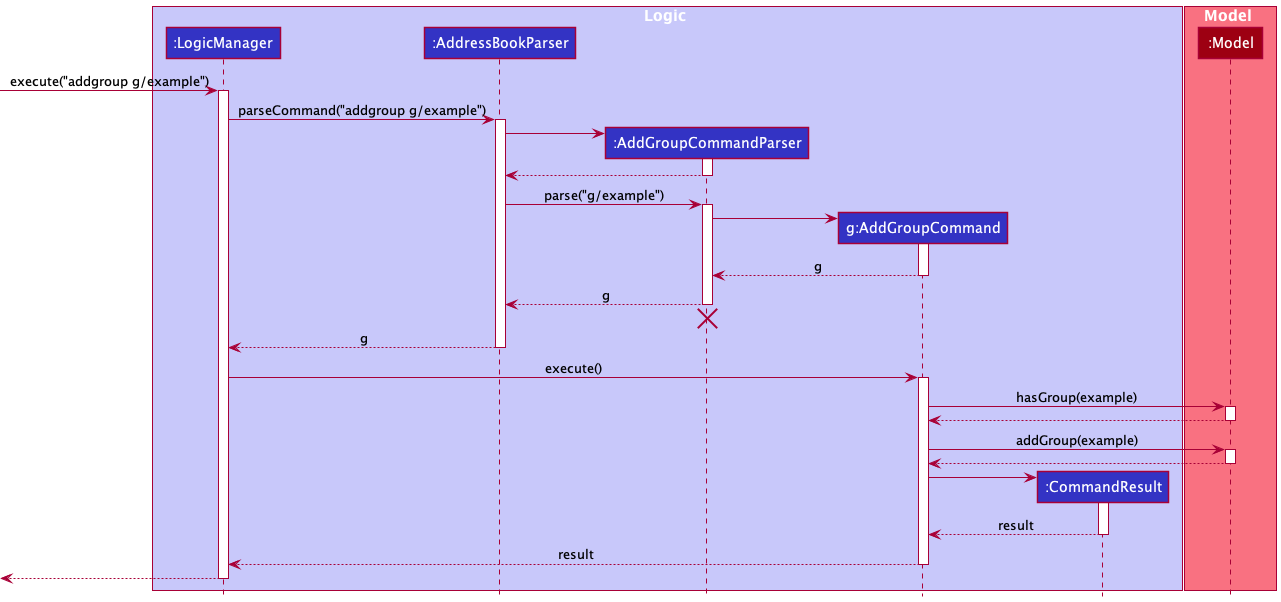
Before: docs/images/AddGroupSequenceDiagram.png, a diagram exported from PlantUML (nus-cs2103-AY2122S2/tp).
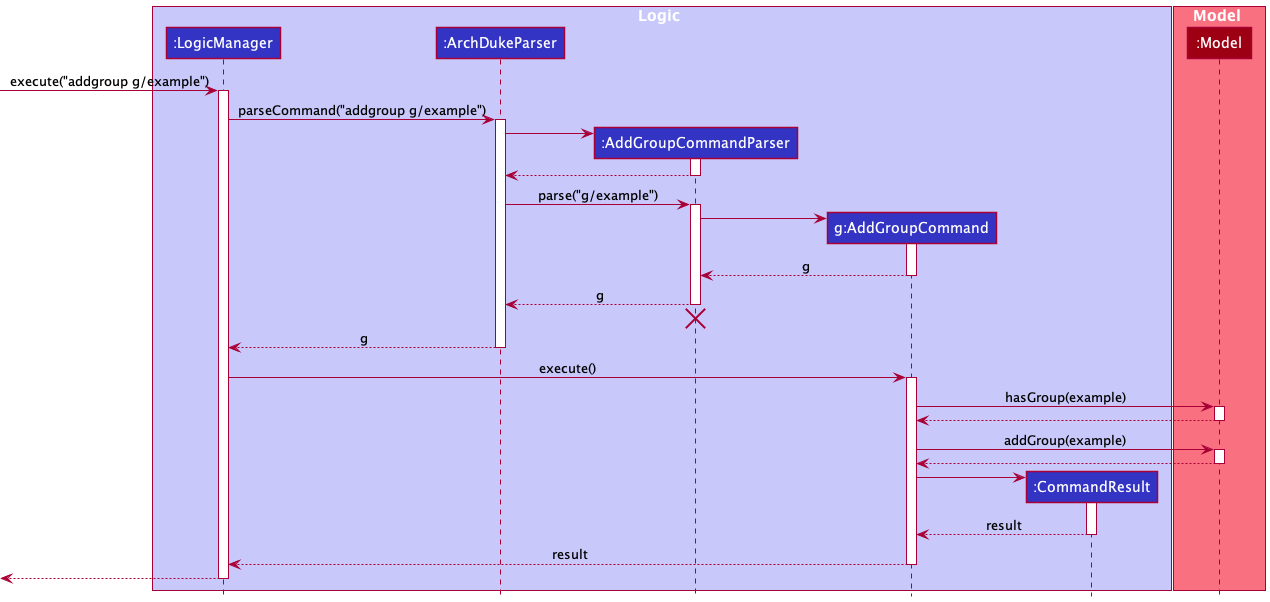
The same diagram one commit later.

Diff of the diagram source:
```diff
@@ -3,7 +3,7 @@
 
 box Logic LOGIC_COLOR_T1
 participant ":LogicManager" as LogicManager LOGIC_COLOR
-participant ":AddressBookParser" as AddressBookParser LOGIC_COLOR
+participant ":ArchDukeParser" as ArchDukeParser LOGIC_COLOR
 participant ":AddGroupCommandParser" as AddGroupCommandParser LOGIC_COLOR
 participant "g:AddGroupCommand" as AddGroupCommand LOGIC_COLOR
 participant ":CommandResult" as CommandResult LOGIC_COLOR
@@ -16,17 +16,17 @@
 [-> LogicManager : execute("addgroup g/example")
 activate LogicManager
 
-LogicManager -> AddressBookParser : parseCommand("addgroup g/example")
-activate AddressBookParser
+LogicManager -> ArchDukeParser : parseCommand("addgroup g/example")
+activate ArchDukeParser
 
 create AddGroupCommandParser
-AddressBookParser -> AddGroupCommandParser
+ArchDukeParser -> AddGroupCommandParser
 activate AddGroupCommandParser
 
-AddGroupCommandParser --> AddressBookParser
+AddGroupCommandParser --> ArchDukeParser
 deactivate AddGroupCommandParser
 
-AddressBookParser -> AddGroupCommandParser : parse("g/example")
+ArchDukeParser -> AddGroupCommandParser : parse("g/example")
 activate AddGroupCommandParser
 
 create AddGroupCommand
@@ -36,14 +36,14 @@
 AddGroupCommand --> AddGroupCommandParser : g
 deactivate AddGroupCommand
 
-AddGroupCommandParser --> AddressBookParser : g
+AddGroupCommandParser --> ArchDukeParser : g
 deactivate AddGroupCommandParser
 
-AddGroupCommandParser -[hidden]-> AddressBookParser
+AddGroupCommandParser -[hidden]-> ArchDukeParser
 destroy AddGroupCommandParser
 
-AddressBookParser --> LogicManager : g
-deactivate AddressBookParser
+ArchDukeParser --> LogicManager : g
+deactivate ArchDukeParser
 
 LogicManager -> AddGroupCommand : execute()
 activate AddGroupCommand
```
